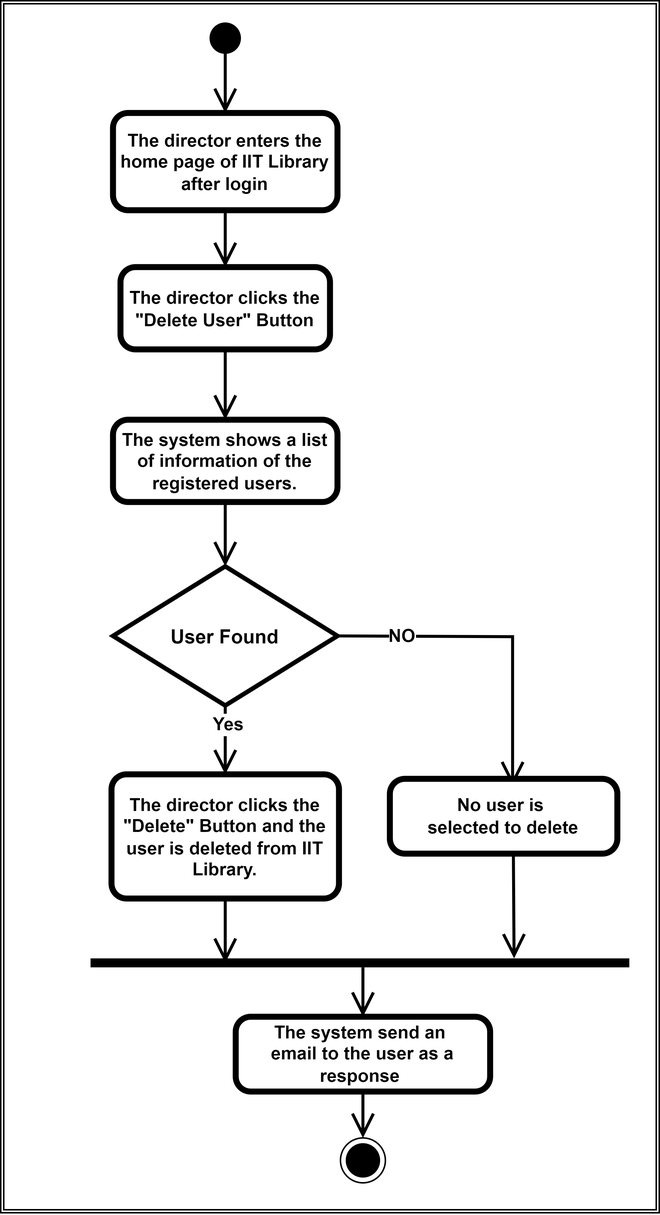
IIT-NSTU/IIT-Library-2.0 keeps this draw.io diagram as SRS/Activity Diagram/Activity Diagram 28.png. Above is the earlier version. Source tidied: cells renumbered, new cells last; positions are measured from the earlier drawing's top-left corner, leaving out a move shared by most shapes.
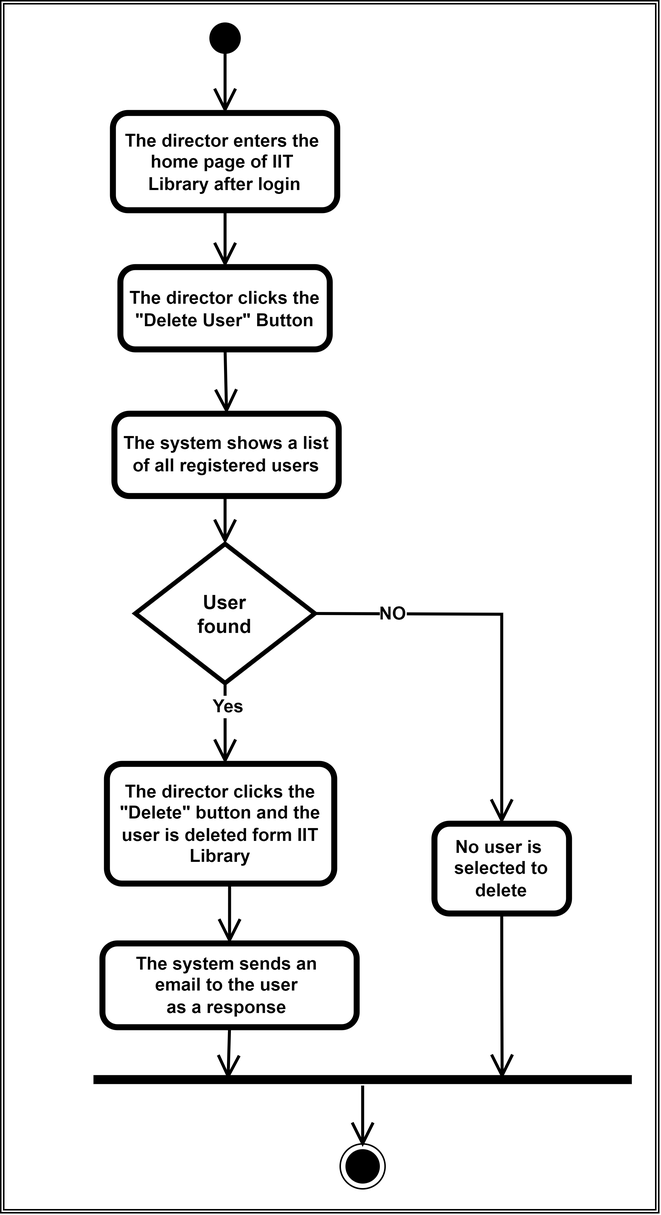
After the commit.

The edit, as a diff of the source:
```diff
@@ -5,16 +5,13 @@
     <mxCell id="2" style="shape=ext;double=1;rounded=0;whiteSpace=wrap;html=1;fillStyle=solid;strokeColor=default;strokeWidth=1;fillColor=#FFFFFF;gradientColor=none;fontColor=#FFFFFF;spacingBottom=0;spacingTop=-6;spacingRight=2;spacingLeft=-4;" parent="1" vertex="1">
       <mxGeometry width="440" height="810" as="geometry" />
     </mxCell>
-    <mxCell id="3" style="ellipse;html=1;shape=endState;fillColor=#000000;strokeColor=#000000;" parent="1" vertex="1">
-      <mxGeometry x="227" y="760" width="30" height="30" as="geometry" />
-    </mxCell>
     <mxCell id="4" style="rounded=0;jettySize=auto;html=1;entryX=0.5;entryY=0;entryDx=0;entryDy=0;entryPerimeter=0;endArrow=open;endFill=0;endSize=12;strokeColor=#000000;strokeWidth=2;exitX=0.5;exitY=1;exitDx=0;exitDy=0;" parent="1" edge="1" source="7" target="6">
       <mxGeometry relative="1" as="geometry" />
     </mxCell>
     <mxCell id="5" style="edgeStyle=none;rounded=0;jettySize=auto;html=1;exitX=0.5;exitY=1;exitDx=0;exitDy=0;exitPerimeter=0;entryX=0.5;entryY=0;entryDx=0;entryDy=0;entryPerimeter=0;endArrow=open;endFill=0;endSize=12;strokeColor=#000000;strokeWidth=2;" parent="1" edge="1" source="6" target="9">
       <mxGeometry relative="1" as="geometry" />
     </mxCell>
-    <mxCell id="6" value="The director enters the home page of IIT Library after login" style="points=[[0.25,0,0],[0.5,0,0],[0.75,0,0],[1,0.25,0],[1,0.5,0],[1,0.75,0],[0.75,1,0],[0.5,1,0],[0.25,1,0],[0,0.75,0],[0,0.5,0],[0,0.25,0]];shape=mxgraph.bpmn.task;whiteSpace=wrap;rectStyle=rounded;size=10;bpmnShapeType=call;strokeColor=#000000;fontStyle=1;" parent="1" vertex="1">
+    <mxCell id="6" value="The director enters the &#10;home page of IIT &#10;Library after login" style="points=[[0.25,0,0],[0.5,0,0],[0.75,0,0],[1,0.25,0],[1,0.5,0],[1,0.75,0],[0.75,1,0],[0.5,1,0],[0.25,1,0],[0,0.75,0],[0,0.5,0],[0,0.25,0]];shape=mxgraph.bpmn.task;whiteSpace=wrap;rectStyle=rounded;size=10;bpmnShapeType=call;strokeColor=#000000;fontStyle=1;" parent="1" vertex="1">
       <mxGeometry x="75" y="75" width="150" height="65" as="geometry" />
     </mxCell>
     <mxCell id="7" style="ellipse;shape=doubleEllipse;whiteSpace=wrap;html=1;fillStyle=solid;strokeColor=default;strokeWidth=1;fillColor=#000000;gradientColor=none;" parent="1" vertex="1">
@@ -26,61 +23,60 @@
     <mxCell id="9" value="The director clicks the &quot;Delete User&quot; Button" style="points=[[0.25,0,0],[0.5,0,0],[0.75,0,0],[1,0.25,0],[1,0.5,0],[1,0.75,0],[0.75,1,0],[0.5,1,0],[0.25,1,0],[0,0.75,0],[0,0.5,0],[0,0.25,0]];shape=mxgraph.bpmn.task;whiteSpace=wrap;rectStyle=rounded;size=10;bpmnShapeType=call;strokeColor=#000000;fontStyle=1;" parent="1" vertex="1">
       <mxGeometry x="80" y="178" width="140" height="55" as="geometry" />
     </mxCell>
-    <mxCell id="10" style="edgeStyle=none;rounded=0;jettySize=auto;html=1;exitX=0.5;exitY=1;exitDx=0;exitDy=0;exitPerimeter=0;fontSize=12;fontColor=#000000;startArrow=none;startFill=0;endArrow=open;endFill=0;startSize=12;endSize=12;strokeColor=#000000;strokeWidth=2;fontStyle=1;entryX=0.5;entryY=0;entryDx=0;entryDy=0;entryPerimeter=0;" parent="1" edge="1" source="14" target="16">
+    <mxCell id="10" style="edgeStyle=none;rounded=0;jettySize=auto;html=1;exitX=0.5;exitY=1;exitDx=0;exitDy=0;exitPerimeter=0;fontSize=12;fontColor=#000000;startArrow=none;startFill=0;endArrow=open;endFill=0;startSize=12;endSize=12;strokeColor=#000000;strokeWidth=2;fontStyle=1;entryX=0.52;entryY=-0.001;entryDx=0;entryDy=0;entryPerimeter=0;" parent="1" edge="1" source="14" target="16">
       <mxGeometry relative="1" as="geometry" />
     </mxCell>
     <mxCell id="11" value="Yes" style="edgeLabel;html=1;align=center;verticalAlign=middle;fontSize=12;fontColor=#000000;fontStyle=1;" parent="10" vertex="1">
       <mxGeometry x="-0.43" y="2" relative="1" as="geometry" />
     </mxCell>
-    <mxCell id="12" style="edgeStyle=none;rounded=0;jettySize=auto;html=1;exitX=1;exitY=0.5;exitDx=0;exitDy=0;exitPerimeter=0;entryX=0.5;entryY=0;entryDx=0;entryDy=0;entryPerimeter=0;fontSize=12;fontColor=#000000;startArrow=none;startFill=0;endArrow=open;endFill=0;startSize=12;endSize=12;strokeColor=#000000;strokeWidth=2;spacingLeft=0;spacingRight=3;" parent="1" edge="1" source="14">
+    <mxCell id="12" style="edgeStyle=none;rounded=0;jettySize=auto;html=1;exitX=1;exitY=0.5;exitDx=0;exitDy=0;exitPerimeter=0;entryX=0.5;entryY=0;entryDx=0;entryDy=0;entryPerimeter=0;fontSize=12;fontColor=#000000;startArrow=none;startFill=0;endArrow=open;endFill=0;startSize=12;endSize=12;strokeColor=#000000;strokeWidth=2;spacingLeft=0;spacingRight=3;" parent="1" edge="1" source="14" target="21">
       <mxGeometry relative="1" as="geometry">
-        <mxPoint x="342" y="525" as="targetPoint" />
         <Array as="points">
-          <mxPoint x="342" y="425" />
+          <mxPoint x="335" y="410" />
         </Array>
       </mxGeometry>
     </mxCell>
     <mxCell id="13" value="&lt;b&gt;NO&lt;/b&gt;" style="edgeLabel;html=1;align=center;verticalAlign=middle;fontSize=12;fontColor=#000000;" parent="12" vertex="1">
       <mxGeometry x="-0.61" relative="1" as="geometry" />
     </mxCell>
-    <mxCell id="14" value="&lt;font color=&quot;#000000&quot;&gt;User Found&lt;br&gt;&lt;/font&gt;" style="strokeWidth=3;html=1;shape=mxgraph.flowchart.decision;whiteSpace=wrap;fillStyle=solid;fontColor=#FFFFFF;fillColor=#FFFFFF;gradientColor=none;fontSize=13;fontStyle=1;" parent="1" vertex="1">
-      <mxGeometry x="75" y="378" width="150" height="93" as="geometry" />
+    <mxCell id="14" value="&lt;font color=&quot;#000000&quot;&gt;User&lt;br&gt;found&lt;br&gt;&lt;/font&gt;" style="strokeWidth=3;html=1;shape=mxgraph.flowchart.decision;whiteSpace=wrap;fillStyle=solid;fontColor=#FFFFFF;fillColor=#FFFFFF;gradientColor=none;fontSize=13;fontStyle=1;" parent="1" vertex="1">
+      <mxGeometry x="90" y="363" width="120" height="93" as="geometry" />
     </mxCell>
-    <mxCell id="15" style="edgeStyle=none;rounded=0;jettySize=auto;html=1;exitX=0.5;exitY=1;exitDx=0;exitDy=0;exitPerimeter=0;entryX=0.25;entryY=0.5;entryDx=0;entryDy=0;entryPerimeter=0;fontSize=12;fontColor=#000000;startArrow=none;startFill=0;endArrow=open;endFill=0;startSize=12;endSize=12;strokeColor=#000000;strokeWidth=2;" parent="1" edge="1" source="16" target="20">
-      <mxGeometry relative="1" as="geometry" />
-    </mxCell>
+    <mxCell id="25" style="edgeStyle=orthogonalEdgeStyle;rounded=0;jettySize=auto;html=1;exitX=0.5;exitY=1;exitDx=0;exitDy=0;exitPerimeter=0;entryX=0.5;entryY=0;entryDx=0;entryDy=0;entryPerimeter=0;endArrow=open;endFill=0;endSize=12;strokeWidth=2;" parent="1" edge="1" source="16" target="24">
+      <mxGeometry relative="1" as="geometry" />
+    </mxCell>
-    <mxCell id="16" value="The director clicks the &quot;Delete&quot; Button and the user is deleted from IIT Library." style="points=[[0.25,0,0],[0.5,0,0],[0.75,0,0],[1,0.25,0],[1,0.5,0],[1,0.75,0],[0.75,1,0],[0.5,1,0],[0.25,1,0],[0,0.75,0],[0,0.5,0],[0,0.25,0]];shape=mxgraph.bpmn.task;whiteSpace=wrap;rectStyle=rounded;size=10;bpmnShapeType=call;strokeColor=#000000;fontStyle=1;" parent="1" vertex="1">
-      <mxGeometry x="74" y="517" width="152" height="83" as="geometry" />
+    <mxCell id="16" value="The director clicks the &quot;Delete&quot; button and the user is deleted form IIT Library" style="points=[[0.25,0,0],[0.5,0,0],[0.75,0,0],[1,0.25,0],[1,0.5,0],[1,0.75,0],[0.75,1,0],[0.5,1,0],[0.25,1,0],[0,0.75,0],[0,0.5,0],[0,0.25,0]];shape=mxgraph.bpmn.task;whiteSpace=wrap;rectStyle=rounded;size=10;bpmnShapeType=call;strokeColor=#000000;fontStyle=1;" parent="1" vertex="1">
+      <mxGeometry x="71" y="510" width="152" height="80" as="geometry" />
     </mxCell>
-    <mxCell id="17" style="edgeStyle=none;rounded=0;jettySize=auto;html=1;exitX=0.543;exitY=1.013;exitDx=0;exitDy=0;exitPerimeter=0;fontSize=12;fontColor=#000000;startArrow=none;startFill=0;endArrow=open;endFill=0;startSize=12;endSize=12;strokeColor=#000000;strokeWidth=2;" parent="1" edge="1" source="21">
-      <mxGeometry relative="1" as="geometry">
-        <mxPoint x="343" y="640" as="targetPoint" />
-      </mxGeometry>
-    </mxCell>
-    <mxCell id="18" style="edgeStyle=none;rounded=0;jettySize=auto;html=1;entryX=0.5;entryY=0;entryDx=0;entryDy=0;fontSize=12;fontColor=#000000;startArrow=none;startFill=0;endArrow=open;endFill=0;startSize=12;endSize=12;strokeColor=#000000;strokeWidth=2;" parent="1" edge="1" target="3">
+    <mxCell id="18" style="edgeStyle=none;rounded=0;orthogonalLoop=1;jettySize=auto;html=1;fontSize=12;fontColor=#000000;startArrow=none;startFill=0;endArrow=open;endFill=0;startSize=12;endSize=12;strokeColor=#000000;strokeWidth=2;" parent="1" edge="1">
       <mxGeometry relative="1" as="geometry">
-        <mxPoint x="242" y="720" as="sourcePoint" />
+        <mxPoint x="242" y="725" as="sourcePoint" />
+        <mxPoint x="242" y="766" as="targetPoint" />
       </mxGeometry>
     </mxCell>
-    <mxCell id="19" style="edgeStyle=none;rounded=0;jettySize=auto;html=1;entryX=0.5;entryY=0;entryDx=0;entryDy=0;entryPerimeter=0;fontSize=12;fontColor=#000000;startArrow=none;startFill=0;endArrow=open;endFill=0;startSize=12;endSize=12;strokeColor=#000000;strokeWidth=2;" parent="1" edge="1" target="24">
-      <mxGeometry relative="1" as="geometry">
-        <mxPoint x="242" y="646" as="sourcePoint" />
-      </mxGeometry>
-    </mxCell>
     <mxCell id="20" style="line;strokeWidth=6;html=1;fillStyle=solid;fontColor=#FFFFFF;fillColor=#FFFFFF;gradientColor=none;" parent="1" vertex="1">
-      <mxGeometry x="60" y="638" width="360" height="10" as="geometry" />
+      <mxGeometry x="62" y="716" width="360" height="10" as="geometry" />
     </mxCell>
+    <mxCell id="26" style="edgeStyle=orthogonalEdgeStyle;rounded=0;jettySize=auto;html=1;exitX=0.5;exitY=1;exitDx=0;exitDy=0;exitPerimeter=0;entryX=0.759;entryY=0.452;entryDx=0;entryDy=0;entryPerimeter=0;endArrow=open;endFill=0;endSize=12;strokeWidth=2;" parent="1" edge="1" source="21" target="20">
+      <mxGeometry relative="1" as="geometry" />
+    </mxCell>
     <mxCell id="21" value="No user is &#10;selected to delete" style="points=[[0.25,0,0],[0.5,0,0],[0.75,0,0],[1,0.25,0],[1,0.5,0],[1,0.75,0],[0.75,1,0],[0.5,1,0],[0.25,1,0],[0,0.75,0],[0,0.5,0],[0,0.25,0]];shape=mxgraph.bpmn.task;whiteSpace=wrap;rectStyle=rounded;size=10;bpmnShapeType=call;strokeColor=#000000;fontStyle=1;" parent="1" vertex="1">
-      <mxGeometry x="260" y="520" width="152" height="50" as="geometry" />
+      <mxGeometry x="290" y="550" width="90" height="60" as="geometry" />
     </mxCell>
-    <mxCell id="22" style="edgeStyle=none;rounded=0;jettySize=auto;html=1;exitX=0.5;exitY=1;exitDx=0;exitDy=0;exitPerimeter=0;entryX=0.5;entryY=0;entryDx=0;entryDy=0;entryPerimeter=0;fontSize=12;fontColor=#000000;startArrow=none;startFill=0;endArrow=open;endFill=0;startSize=12;endSize=12;strokeColor=#000000;strokeWidth=2;" parent="1" edge="1" source="23" target="14">
+    <mxCell id="22" style="edgeStyle=orthogonalEdgeStyle;rounded=0;jettySize=auto;html=1;exitX=0.5;exitY=1;exitDx=0;exitDy=0;exitPerimeter=0;entryX=0.5;entryY=0;entryDx=0;entryDy=0;entryPerimeter=0;endArrow=open;endFill=0;endSize=12;strokeWidth=2;" parent="1" edge="1" source="23" target="14">
       <mxGeometry relative="1" as="geometry" />
     </mxCell>
-    <mxCell id="23" value="The system shows a list of information of the registered users." style="points=[[0.25,0,0],[0.5,0,0],[0.75,0,0],[1,0.25,0],[1,0.5,0],[1,0.75,0],[0.75,1,0],[0.5,1,0],[0.25,1,0],[0,0.75,0],[0,0.5,0],[0,0.25,0]];shape=mxgraph.bpmn.task;whiteSpace=wrap;rectStyle=rounded;size=10;bpmnShapeType=call;strokeColor=#000000;fontStyle=1;" parent="1" vertex="1">
-      <mxGeometry x="75" y="280" width="150" height="55" as="geometry" />
+    <mxCell id="23" value="The system shows a list of all registered users" style="points=[[0.25,0,0],[0.5,0,0],[0.75,0,0],[1,0.25,0],[1,0.5,0],[1,0.75,0],[0.75,1,0],[0.5,1,0],[0.25,1,0],[0,0.75,0],[0,0.5,0],[0,0.25,0]];shape=mxgraph.bpmn.task;whiteSpace=wrap;rectStyle=rounded;size=10;bpmnShapeType=call;strokeColor=#000000;fontStyle=1;" parent="1" vertex="1">
+      <mxGeometry x="76" y="276" width="150" height="55" as="geometry" />
     </mxCell>
+    <mxCell id="27" style="edgeStyle=orthogonalEdgeStyle;rounded=0;jettySize=auto;html=1;exitX=0.5;exitY=1;exitDx=0;exitDy=0;exitPerimeter=0;entryX=0.25;entryY=0.5;entryDx=0;entryDy=0;entryPerimeter=0;endArrow=open;endFill=0;endSize=12;strokeWidth=2;" parent="1" edge="1" source="24" target="20">
+      <mxGeometry relative="1" as="geometry" />
+    </mxCell>
-    <mxCell id="24" value="The system send an &#10;email to the user as a response " style="points=[[0.25,0,0],[0.5,0,0],[0.75,0,0],[1,0.25,0],[1,0.5,0],[1,0.75,0],[0.75,1,0],[0.5,1,0],[0.25,1,0],[0,0.75,0],[0,0.5,0],[0,0.25,0]];shape=mxgraph.bpmn.task;whiteSpace=wrap;rectStyle=rounded;size=10;bpmnShapeType=call;strokeColor=#000000;fontStyle=1;" parent="1" vertex="1">
-      <mxGeometry x="157" y="679" width="170" height="50" as="geometry" />
+    <mxCell id="24" value="The system sends an &#10;email to the user &#10;as a response " style="points=[[0.25,0,0],[0.5,0,0],[0.75,0,0],[1,0.25,0],[1,0.5,0],[1,0.75,0],[0.75,1,0],[0.5,1,0],[0.25,1,0],[0,0.75,0],[0,0.5,0],[0,0.25,0]];shape=mxgraph.bpmn.task;whiteSpace=wrap;rectStyle=rounded;size=10;bpmnShapeType=call;strokeColor=#000000;fontStyle=1;" parent="1" vertex="1">
+      <mxGeometry x="68" y="630" width="170" height="56" as="geometry" />
     </mxCell>
+    <mxCell id="3" style="ellipse;html=1;shape=endState;fillColor=#000000;strokeColor=#000000;" parent="1" vertex="1">
+      <mxGeometry x="227" y="764" width="30" height="30" as="geometry" />
+    </mxCell>
   </root>
 </mxGraphModel>
```
